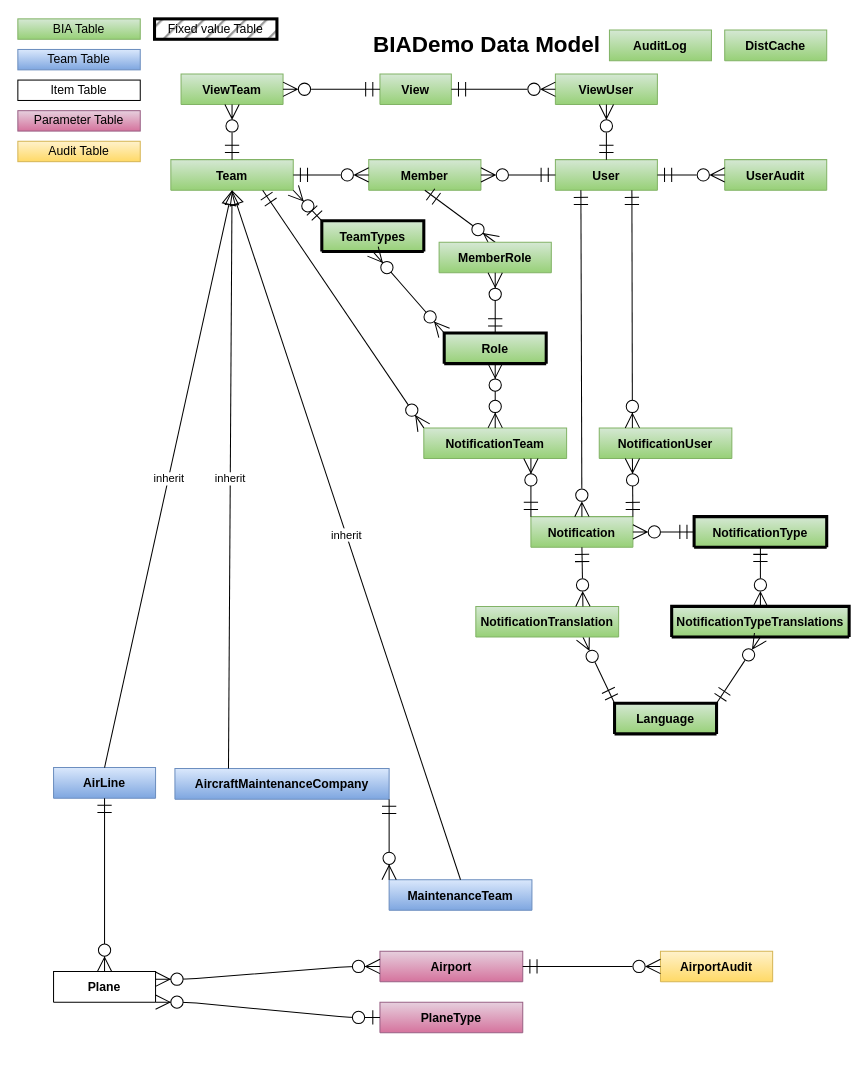
Above: DataModel.drawio in BIATeam/BIADemo (draw.io), before the change. Source tidied: cells renumbered, new cells numbered last; positions are measured from the earlier drawing's top-left corner, leaving out a move shared by most shapes. Both pictures are drawn from the tidied source at 102%, with x=0, y=0 at pixel (17, 18).
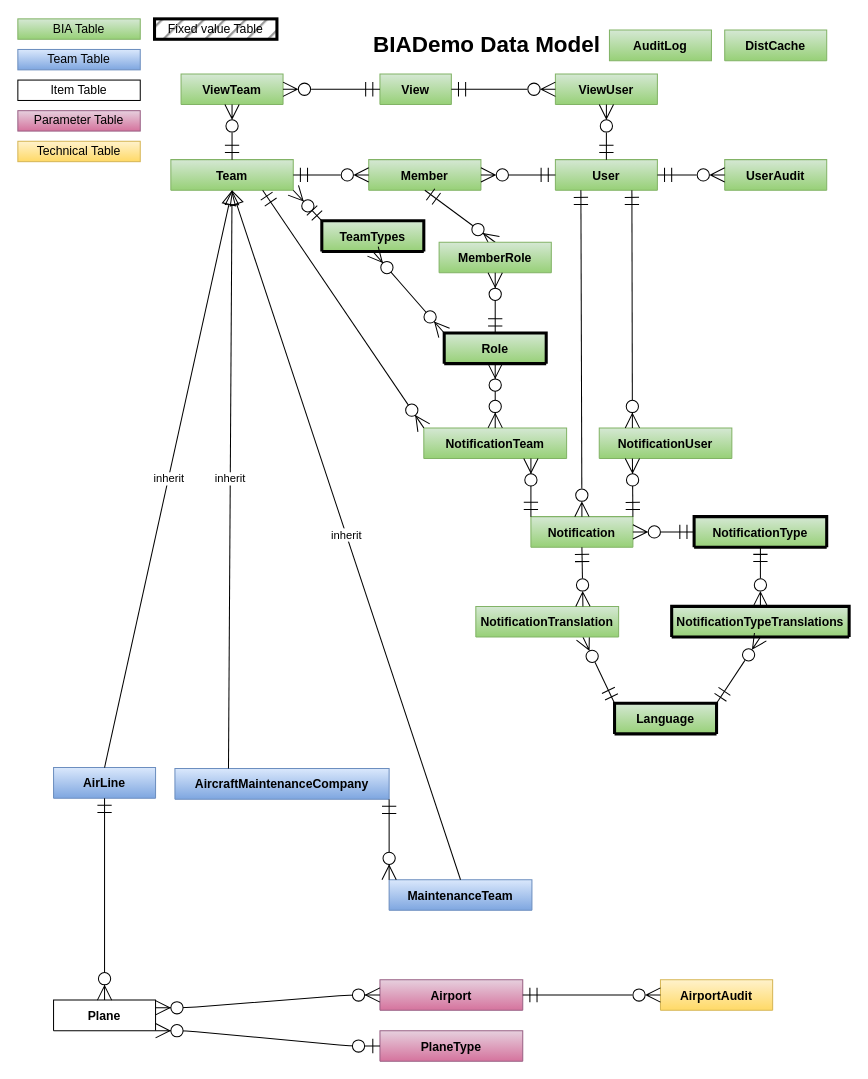
The same page after the edit.

Commit message:
correct git ingore

The edit, as a diff of the source:
```diff
@@
     <mxCell id="16" value="Plane" style="shape=table;startSize=30;childLayout=tableLayout;rowLines=0;fontStyle=1;align=center;" parent="1" vertex="1" collapsed="1">
-      <mxGeometry x="35" y="934" width="100" height="30" as="geometry" />
+      <mxGeometry x="35" y="962" width="100" height="30" as="geometry" />
     </mxCell>
     <mxCell id="17" value="Airport" style="shape=table;startSize=30;childLayout=tableLayout;rowLines=0;fontStyle=1;align=center;fillColor=#e6d0de;strokeColor=#996185;gradientColor=#d5739d;" parent="1" vertex="1" collapsed="1">
-      <mxGeometry x="355" y="914" width="140" height="30" as="geometry" />
+      <mxGeometry x="355" y="942" width="140" height="30" as="geometry" />
     </mxCell>
@@
     <mxCell id="19" value="PlaneType" style="shape=table;startSize=30;childLayout=tableLayout;rowLines=0;fontStyle=1;align=center;fillColor=#e6d0de;strokeColor=#996185;gradientColor=#d5739d;" parent="1" vertex="1" collapsed="1">
-      <mxGeometry x="355" y="964" width="140" height="30" as="geometry" />
+      <mxGeometry x="355" y="992" width="140" height="30" as="geometry" />
     </mxCell>
@@
     <mxCell id="42" value="AirportAudit" style="shape=table;startSize=30;childLayout=tableLayout;rowLines=0;fontStyle=1;align=center;fillColor=#fff2cc;gradientColor=#ffd966;strokeColor=#d6b656;" parent="1" vertex="1" collapsed="1">
-      <mxGeometry x="630" y="914" width="110" height="30" as="geometry" />
+      <mxGeometry x="630" y="942" width="110" height="30" as="geometry" />
     </mxCell>
@@
-    <mxCell id="44" value="Audit Table" style="rounded=0;whiteSpace=wrap;html=1;fillColor=#fff2cc;strokeColor=#d6b656;gradientColor=#ffd966;" parent="1" vertex="1">
+    <mxCell id="44" value="Technical&amp;nbsp;Table" style="rounded=0;whiteSpace=wrap;html=1;fillColor=#fff2cc;strokeColor=#d6b656;gradientColor=#ffd966;" parent="1" vertex="1">
       <mxGeometry y="120" width="120" height="20" as="geometry" />
     </mxCell>
```
